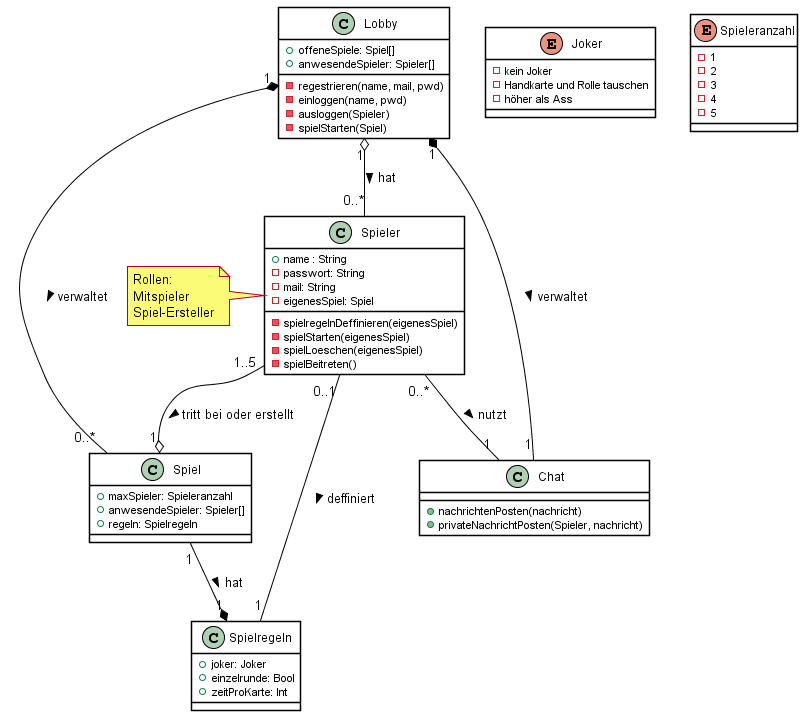
Above: Klassendiagramm/Durak Lobby.png in DerLurchi/Durak (PlantUML), before the change.
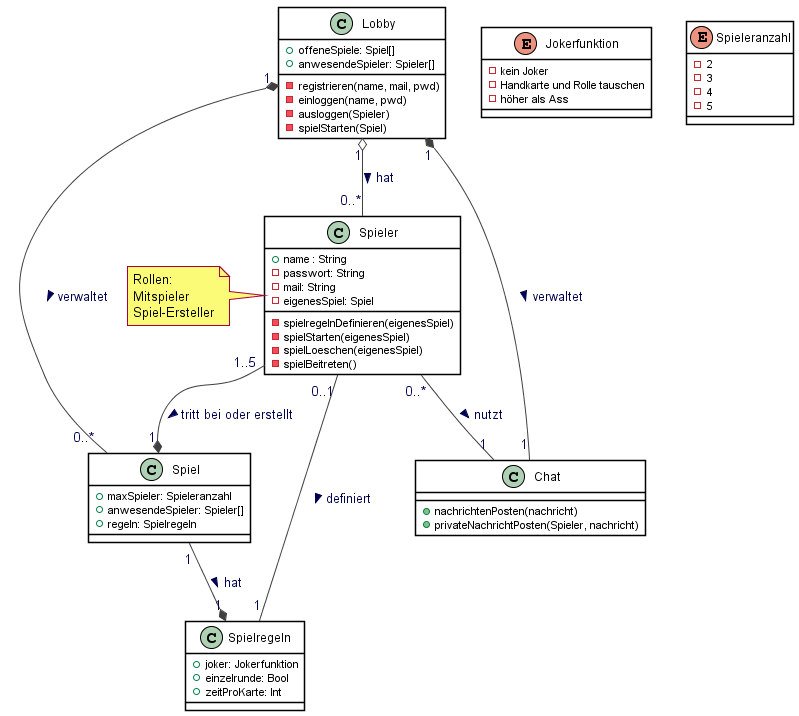
The same diagram one commit later.

Diff of the diagram source:
```diff
@@ -5,7 +5,8 @@
     ClassBorderColor black
 
 
-    ArrowColor black
+    ArrowColor #404040
+    ArrowFontColor #000050
 
     Shadowing false
 
@@ -16,7 +17,7 @@
     -passwort: String
     -mail: String
     -eigenesSpiel: Spiel
-    -spielregelnDeffinieren(eigenesSpiel)
+    -spielregelnDefinieren(eigenesSpiel)
     -spielStarten(eigenesSpiel)
     -spielLoeschen(eigenesSpiel)
     -spielBeitreten()
@@ -30,7 +31,7 @@
 class Lobby {
     +offeneSpiele: Spiel[]
     +anwesendeSpieler: Spieler[]
-    -regestrieren(name, mail, pwd)
+    -registrieren(name, mail, pwd)
     -einloggen(name, pwd)
     -ausloggen(Spieler)
     -spielStarten(Spiel)
@@ -43,7 +44,7 @@
 }
 
 class Spielregeln {
-    + joker: Joker
+    + joker: Jokerfunktion
     + einzelrunde: Bool
     + zeitProKarte: Int
 }
@@ -53,14 +54,13 @@
     + privateNachrichtPosten(Spieler, nachricht)
 }
 
-enum Joker {
+enum Jokerfunktion {
     -kein Joker
     -Handkarte und Rolle tauschen
     -höher als Ass
 }
 
 enum Spieleranzahl {
-    - 1
     - 2
     - 3
     - 4
@@ -71,7 +71,7 @@
 
 Lobby "1" o-- "0..*" Spieler : hat >
 
-Spieler "1..5" --o "1" Spiel : tritt bei oder erstellt >
+Spieler "1..5" --* "1" Spiel : tritt bei oder erstellt >
 
 Spiel "1" --* "1" Spielregeln : hat >
 
@@ -81,6 +81,6 @@
 
 Lobby "1" *-- "1" Chat : verwaltet >
 
-Spieler "0..1" -- "1" Spielregeln: deffiniert >
+Spieler "0..1" -- "1" Spielregeln: definiert >
 
 @enduml
```
